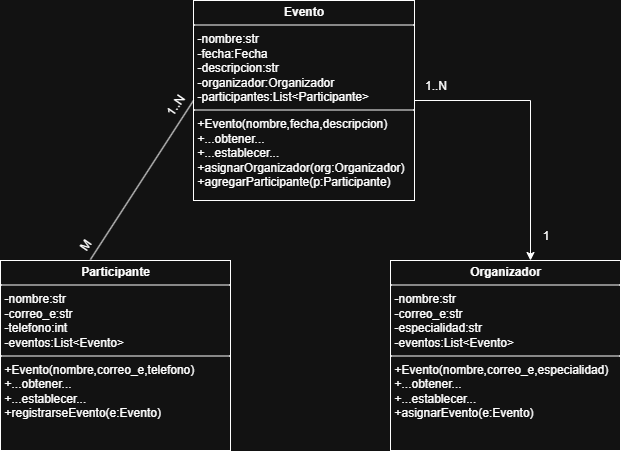
This is tp6/punto8/tp6punto8A.drawio.png from romannst/programacion2, a draw.io export, as it was before one commit. Source tidied: cells renumbered, new cells last; positions are measured from the earlier drawing's top-left corner, leaving out a move shared by most shapes.
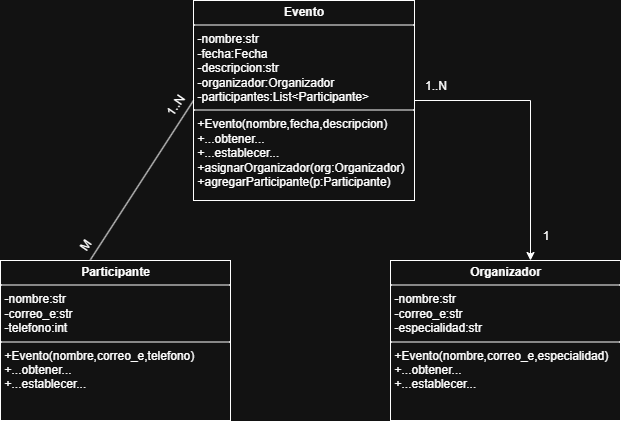
Above is the later version.

What changed in the source:
```diff
@@ -10,11 +10,11 @@
     <mxCell id="3" value="&lt;p style=&quot;margin:0px;margin-top:4px;text-align:center;&quot;&gt;&lt;b&gt;Evento&lt;/b&gt;&lt;/p&gt;&lt;hr size=&quot;1&quot; style=&quot;border-style:solid;&quot;&gt;&lt;p style=&quot;margin:0px;margin-left:4px;&quot;&gt;-nombre:str&lt;/p&gt;&lt;p style=&quot;margin:0px;margin-left:4px;&quot;&gt;-fecha:Fecha&lt;/p&gt;&lt;p style=&quot;margin:0px;margin-left:4px;&quot;&gt;-descripcion:str&lt;/p&gt;&lt;p style=&quot;margin:0px;margin-left:4px;&quot;&gt;-organizador:Organizador&lt;/p&gt;&lt;p style=&quot;margin:0px;margin-left:4px;&quot;&gt;-participantes:List&amp;lt;Participante&amp;gt;&lt;/p&gt;&lt;hr size=&quot;1&quot; style=&quot;border-style:solid;&quot;&gt;&lt;p style=&quot;margin:0px;margin-left:4px;&quot;&gt;+Evento(nombre,fecha,descripcion)&lt;/p&gt;&lt;p style=&quot;margin:0px;margin-left:4px;&quot;&gt;+...obtener...&lt;/p&gt;&lt;p style=&quot;margin:0px;margin-left:4px;&quot;&gt;+...establecer...&lt;/p&gt;&lt;p style=&quot;margin:0px;margin-left:4px;&quot;&gt;+asignarOrganizador(org:Organizador)&lt;/p&gt;&lt;p style=&quot;margin:0px;margin-left:4px;&quot;&gt;+agregarParticipante(p:Participante)&lt;/p&gt;" style="verticalAlign=top;align=left;overflow=fill;html=1;whiteSpace=wrap;" parent="1" vertex="1">
       <mxGeometry x="193" width="221" height="200" as="geometry" />
     </mxCell>
-    <mxCell id="4" value="&lt;p style=&quot;margin:0px;margin-top:4px;text-align:center;&quot;&gt;&lt;b&gt;Participante&lt;/b&gt;&lt;/p&gt;&lt;hr size=&quot;1&quot; style=&quot;border-style:solid;&quot;&gt;&lt;p style=&quot;margin:0px;margin-left:4px;&quot;&gt;-nombre:str&lt;/p&gt;&lt;p style=&quot;margin:0px;margin-left:4px;&quot;&gt;-correo_e:str&lt;/p&gt;&lt;p style=&quot;margin:0px;margin-left:4px;&quot;&gt;-telefono:int&lt;/p&gt;&lt;p style=&quot;margin:0px;margin-left:4px;&quot;&gt;-eventos:List&amp;lt;Evento&amp;gt;&lt;/p&gt;&lt;hr size=&quot;1&quot; style=&quot;border-style:solid;&quot;&gt;&lt;p style=&quot;margin:0px;margin-left:4px;&quot;&gt;+Evento(nombre,correo_e,telefono)&lt;/p&gt;&lt;p style=&quot;margin:0px;margin-left:4px;&quot;&gt;+...obtener...&lt;/p&gt;&lt;p style=&quot;margin:0px;margin-left:4px;&quot;&gt;+...establecer...&lt;/p&gt;&lt;p style=&quot;margin:0px;margin-left:4px;&quot;&gt;+registrarseEvento(e:Evento)&lt;/p&gt;&lt;p style=&quot;margin:0px;margin-left:4px;&quot;&gt;&lt;br&gt;&lt;/p&gt;" style="verticalAlign=top;align=left;overflow=fill;html=1;whiteSpace=wrap;" parent="1" vertex="1">
-      <mxGeometry y="260" width="230" height="190" as="geometry" />
+    <mxCell id="4" value="&lt;p style=&quot;margin:0px;margin-top:4px;text-align:center;&quot;&gt;&lt;b&gt;Participante&lt;/b&gt;&lt;/p&gt;&lt;hr size=&quot;1&quot; style=&quot;border-style:solid;&quot;&gt;&lt;p style=&quot;margin:0px;margin-left:4px;&quot;&gt;-nombre:str&lt;/p&gt;&lt;p style=&quot;margin:0px;margin-left:4px;&quot;&gt;-correo_e:str&lt;/p&gt;&lt;p style=&quot;margin:0px;margin-left:4px;&quot;&gt;-telefono:int&lt;/p&gt;&lt;hr size=&quot;1&quot; style=&quot;border-style:solid;&quot;&gt;&lt;p style=&quot;margin:0px;margin-left:4px;&quot;&gt;+Evento(nombre,correo_e,telefono)&lt;/p&gt;&lt;p style=&quot;margin:0px;margin-left:4px;&quot;&gt;+...obtener...&lt;/p&gt;&lt;p style=&quot;margin:0px;margin-left:4px;&quot;&gt;+...establecer...&lt;/p&gt;" style="verticalAlign=top;align=left;overflow=fill;html=1;whiteSpace=wrap;" parent="1" vertex="1">
+      <mxGeometry y="260" width="230" height="160" as="geometry" />
     </mxCell>
-    <mxCell id="5" value="&lt;p style=&quot;margin:0px;margin-top:4px;text-align:center;&quot;&gt;&lt;b&gt;Organizador&lt;/b&gt;&lt;/p&gt;&lt;hr size=&quot;1&quot; style=&quot;border-style:solid;&quot;&gt;&lt;p style=&quot;margin:0px;margin-left:4px;&quot;&gt;-nombre:str&lt;/p&gt;&lt;p style=&quot;margin:0px;margin-left:4px;&quot;&gt;-correo_e:str&lt;/p&gt;&lt;p style=&quot;margin:0px;margin-left:4px;&quot;&gt;-especialidad:str&lt;/p&gt;&lt;p style=&quot;margin:0px;margin-left:4px;&quot;&gt;-eventos:List&amp;lt;Evento&amp;gt;&lt;/p&gt;&lt;hr size=&quot;1&quot; style=&quot;border-style:solid;&quot;&gt;&lt;p style=&quot;margin:0px;margin-left:4px;&quot;&gt;+Evento(nombre,correo_e,especialidad)&lt;/p&gt;&lt;p style=&quot;margin:0px;margin-left:4px;&quot;&gt;+...obtener...&lt;/p&gt;&lt;p style=&quot;margin:0px;margin-left:4px;&quot;&gt;+...establecer...&lt;/p&gt;&lt;p style=&quot;margin:0px;margin-left:4px;&quot;&gt;+asignarEvento(e:Evento)&lt;/p&gt;" style="verticalAlign=top;align=left;overflow=fill;html=1;whiteSpace=wrap;" parent="1" vertex="1">
-      <mxGeometry x="390" y="260" width="230" height="190" as="geometry" />
+    <mxCell id="5" value="&lt;p style=&quot;margin:0px;margin-top:4px;text-align:center;&quot;&gt;&lt;b&gt;Organizador&lt;/b&gt;&lt;/p&gt;&lt;hr size=&quot;1&quot; style=&quot;border-style:solid;&quot;&gt;&lt;p style=&quot;margin:0px;margin-left:4px;&quot;&gt;-nombre:str&lt;/p&gt;&lt;p style=&quot;margin:0px;margin-left:4px;&quot;&gt;-correo_e:str&lt;/p&gt;&lt;p style=&quot;margin:0px;margin-left:4px;&quot;&gt;-especialidad:str&lt;/p&gt;&lt;hr size=&quot;1&quot; style=&quot;border-style:solid;&quot;&gt;&lt;p style=&quot;margin:0px;margin-left:4px;&quot;&gt;+Evento(nombre,correo_e,especialidad)&lt;/p&gt;&lt;p style=&quot;margin:0px;margin-left:4px;&quot;&gt;+...obtener...&lt;/p&gt;&lt;p style=&quot;margin:0px;margin-left:4px;&quot;&gt;+...establecer...&lt;/p&gt;" style="verticalAlign=top;align=left;overflow=fill;html=1;whiteSpace=wrap;" parent="1" vertex="1">
+      <mxGeometry x="390" y="260" width="230" height="160" as="geometry" />
     </mxCell>
     <mxCell id="6" style="endArrow=none;html=1;rounded=0;exitX=0.391;exitY=-0.005;exitDx=0;exitDy=0;exitPerimeter=0;strokeColor=light-dark(#000000,#FFFFFF);fillColor=light-dark(transparent,#FFFFFF);" parent="1" edge="1" source="4">
       <mxGeometry relative="1" as="geometry">
```
